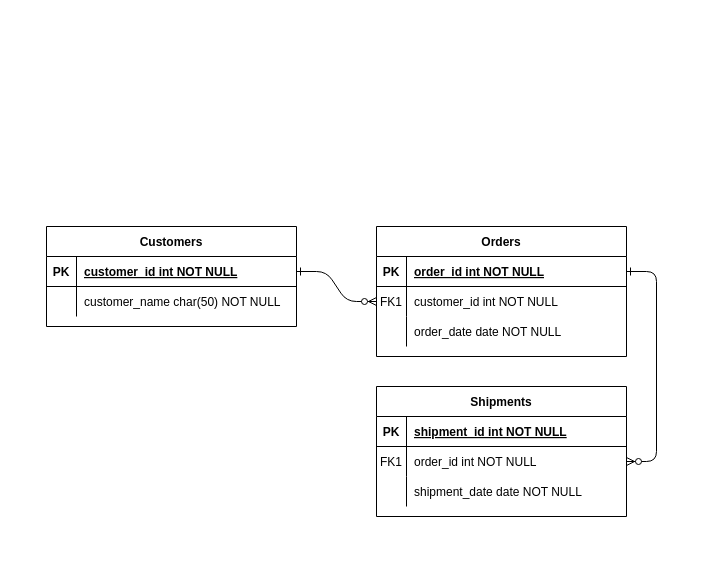
Above: SRS ERD.drawio in ck8west/hello-world (draw.io), before the change. Source tidied: cells renumbered, new cells numbered last; positions are measured from the earlier drawing's top-left corner, leaving out a move shared by most shapes. Both pictures are drawn from the tidied source at 100%, with x=0, y=0 at pixel (46, 226).
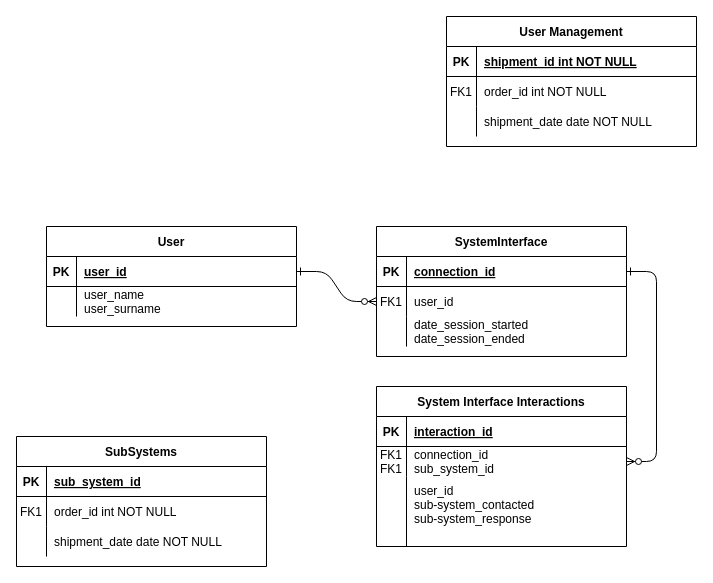
Above is the later version.

The change refers to these unchanged cells:
```xml
<mxCell id="5" style="shape=partialRectangle;fillColor=none;points=[[0,0.5],[1,0.5]];portConstraint=eastwest;top=0;left=0;right=0;bottom=1;" parent="4" vertex="1">
  <mxGeometry y="30" width="250" height="30" as="geometry" />
</mxCell>
<mxCell id="8" style="shape=partialRectangle;fillColor=none;points=[[0,0.5],[1,0.5]];portConstraint=eastwest;top=0;left=0;right=0;bottom=0;" parent="4" vertex="1">
  <mxGeometry y="60" width="250" height="30" as="geometry" />
</mxCell>
<mxCell id="11" style="shape=partialRectangle;fillColor=none;top=0;left=0;right=0;bottom=0;" parent="4" vertex="1">
  <mxGeometry y="90" width="250" height="30" as="geometry" />
</mxCell>
<mxCell id="15" style="shape=partialRectangle;fillColor=none;top=0;left=0;right=0;bottom=1;" parent="14" vertex="1">
  <mxGeometry y="30" width="250" height="30" as="geometry" />
</mxCell>
<mxCell id="18" style="shape=partialRectangle;fillColor=none;points=[[0,0.5],[1,0.5]];portConstraint=eastwest;top=0;left=0;right=0;bottom=0;" parent="14" vertex="1">
  <mxGeometry y="60" width="250" height="30" as="geometry" />
</mxCell>
<mxCell id="25" style="shape=partialRectangle;fillColor=none;points=[[0,0.5],[1,0.5]];portConstraint=eastwest;top=0;left=0;right=0;bottom=1;" parent="24" vertex="1">
  <mxGeometry y="30" width="250" height="30" as="geometry" />
</mxCell>
<mxCell id="28" style="shape=partialRectangle;fillColor=none;top=0;left=0;right=0;bottom=0;" parent="24" vertex="1">
  <mxGeometry y="60" width="250" height="30" as="geometry" />
</mxCell>
```

The edit, as a diff of the source:
```diff
@@
-    <mxCell id="4" value="Orders" style="shape=table;startSize=30;childLayout=tableLayout;rowLines=0;fontStyle=1;align=center;" parent="1" vertex="1">
+    <mxCell id="4" value="SystemInterface" style="shape=table;startSize=30;childLayout=tableLayout;rowLines=0;fontStyle=1;align=center;" parent="1" vertex="1">
       <mxGeometry x="330" width="250" height="130" as="geometry" />
     </mxCell>
@@
-    <mxCell id="7" value="order_id int NOT NULL " style="shape=partialRectangle;overflow=hidden;fillColor=none;top=0;left=0;bottom=0;right=0;align=left;spacingLeft=6;fontStyle=5;" parent="5" vertex="1">
+    <mxCell id="7" value="connection_id" style="shape=partialRectangle;overflow=hidden;fillColor=none;top=0;left=0;bottom=0;right=0;align=left;spacingLeft=6;fontStyle=5;" parent="5" vertex="1">
       <mxGeometry x="30" width="220" height="30" as="geometry" />
     </mxCell>
@@
-    <mxCell id="10" value="customer_id int NOT NULL" style="shape=partialRectangle;overflow=hidden;fillColor=none;top=0;left=0;bottom=0;right=0;align=left;spacingLeft=6;" parent="8" vertex="1">
+    <mxCell id="10" value="user_id" style="shape=partialRectangle;overflow=hidden;fillColor=none;top=0;left=0;bottom=0;right=0;align=left;spacingLeft=6;" parent="8" vertex="1">
       <mxGeometry x="30" width="220" height="30" as="geometry" />
     </mxCell>
@@
-    <mxCell id="13" value="order_date date NOT NULL" style="shape=partialRectangle;overflow=hidden;fillColor=none;top=0;left=0;bottom=0;right=0;align=left;spacingLeft=6;" parent="11" vertex="1">
+    <mxCell id="13" value="date_session_started&#10;date_session_ended&#10;" style="shape=partialRectangle;overflow=hidden;fillColor=none;top=0;left=0;bottom=0;right=0;align=left;spacingLeft=6;" parent="11" vertex="1">
       <mxGeometry x="30" width="220" height="30" as="geometry" />
     </mxCell>
-    <mxCell id="14" value="Shipments" style="shape=table;startSize=30;childLayout=tableLayout;rowLines=0;fontStyle=1;align=center;" parent="1" vertex="1">
-      <mxGeometry x="330" y="160" width="250" height="130" as="geometry" />
+    <mxCell id="14" value="System Interface Interactions" style="shape=table;startSize=30;childLayout=tableLayout;rowLines=0;fontStyle=1;align=center;" parent="1" vertex="1">
+      <mxGeometry x="330" y="160" width="250" height="160" as="geometry" />
     </mxCell>
@@
-    <mxCell id="17" value="shipment_id int NOT NULL " style="shape=partialRectangle;overflow=hidden;fillColor=none;top=0;left=0;bottom=0;right=0;align=left;spacingLeft=6;fontStyle=5;" parent="15" vertex="1">
+    <mxCell id="17" value="interaction_id" style="shape=partialRectangle;overflow=hidden;fillColor=none;top=0;left=0;bottom=0;right=0;align=left;spacingLeft=6;fontStyle=5;" parent="15" vertex="1">
       <mxGeometry x="30" width="220" height="30" as="geometry" />
     </mxCell>
@@
-    <mxCell id="19" value="FK1" style="shape=partialRectangle;overflow=hidden;fillColor=none;top=0;left=0;bottom=0;right=0;" parent="18" vertex="1">
+    <mxCell id="19" value="FK1&#10;FK1" style="shape=partialRectangle;overflow=hidden;fillColor=none;top=0;left=0;bottom=0;right=0;" parent="18" vertex="1">
       <mxGeometry width="30" height="30" as="geometry" />
     </mxCell>
-    <mxCell id="20" value="order_id int NOT NULL" style="shape=partialRectangle;overflow=hidden;fillColor=none;top=0;left=0;bottom=0;right=0;align=left;spacingLeft=6;" parent="18" vertex="1">
+    <mxCell id="20" value="connection_id&#10;sub_system_id" style="shape=partialRectangle;overflow=hidden;fillColor=none;top=0;left=0;bottom=0;right=0;align=left;spacingLeft=6;" parent="18" vertex="1">
       <mxGeometry x="30" width="220" height="30" as="geometry" />
     </mxCell>
     <mxCell id="21" style="shape=partialRectangle;fillColor=none;top=0;left=0;right=0;bottom=0;" parent="14" vertex="1">
-      <mxGeometry y="90" width="250" height="30" as="geometry" />
+      <mxGeometry y="90" width="250" height="70" as="geometry" />
     </mxCell>
     <mxCell id="22" style="shape=partialRectangle;overflow=hidden;fillColor=none;top=0;left=0;bottom=0;right=0;" parent="21" vertex="1">
-      <mxGeometry width="30" height="30" as="geometry" />
+      <mxGeometry width="30" height="70" as="geometry" />
     </mxCell>
-    <mxCell id="23" value="shipment_date date NOT NULL" style="shape=partialRectangle;overflow=hidden;fillColor=none;top=0;left=0;bottom=0;right=0;align=left;spacingLeft=6;" parent="21" vertex="1">
-      <mxGeometry x="30" width="220" height="30" as="geometry" />
+    <mxCell id="23" value="user_id&#10;sub-system_contacted&#10;sub-system_response&#10;" style="shape=partialRectangle;overflow=hidden;fillColor=none;top=0;left=0;bottom=0;right=0;align=left;spacingLeft=6;" parent="21" vertex="1">
+      <mxGeometry x="30" width="220" height="70" as="geometry" />
     </mxCell>
-    <mxCell id="24" value="Customers" style="shape=table;startSize=30;childLayout=tableLayout;rowLines=0;fontStyle=1;align=center;" parent="1" vertex="1">
+    <mxCell id="24" value="User" style="shape=table;startSize=30;childLayout=tableLayout;rowLines=0;fontStyle=1;align=center;" parent="1" vertex="1">
       <mxGeometry width="250" height="100" as="geometry" />
     </mxCell>
@@
-    <mxCell id="27" value="customer_id int NOT NULL " style="shape=partialRectangle;overflow=hidden;fillColor=none;top=0;left=0;bottom=0;right=0;align=left;spacingLeft=6;fontStyle=5;" parent="25" vertex="1">
+    <mxCell id="27" value="user_id" style="shape=partialRectangle;overflow=hidden;fillColor=none;top=0;left=0;bottom=0;right=0;align=left;spacingLeft=6;fontStyle=5;" parent="25" vertex="1">
       <mxGeometry x="30" width="220" height="30" as="geometry" />
     </mxCell>
@@
-    <mxCell id="30" value="customer_name char(50) NOT NULL" style="shape=partialRectangle;overflow=hidden;fillColor=none;top=0;left=0;bottom=0;right=0;align=left;spacingLeft=6;" parent="28" vertex="1">
+    <mxCell id="30" value="user_name&#10;user_surname" style="shape=partialRectangle;overflow=hidden;fillColor=none;top=0;left=0;bottom=0;right=0;align=left;spacingLeft=6;" parent="28" vertex="1">
       <mxGeometry x="30" width="220" height="30" as="geometry" />
     </mxCell>
+    <mxCell id="31" value="User Management" style="shape=table;startSize=30;childLayout=tableLayout;rowLines=0;fontStyle=1;align=center;" parent="1" vertex="1">
+      <mxGeometry x="400" y="-210" width="250" height="130" as="geometry" />
+    </mxCell>
+    <mxCell id="32" style="shape=partialRectangle;fillColor=none;top=0;left=0;right=0;bottom=1;" parent="31" vertex="1">
+      <mxGeometry y="30" width="250" height="30" as="geometry" />
+    </mxCell>
+    <mxCell id="33" value="PK" style="shape=partialRectangle;overflow=hidden;fillColor=none;top=0;left=0;bottom=0;right=0;fontStyle=1;" parent="32" vertex="1">
+      <mxGeometry width="30" height="30" as="geometry" />
+    </mxCell>
+    <mxCell id="34" value="shipment_id int NOT NULL " style="shape=partialRectangle;overflow=hidden;fillColor=none;top=0;left=0;bottom=0;right=0;align=left;spacingLeft=6;fontStyle=5;" parent="32" vertex="1">
+      <mxGeometry x="30" width="220" height="30" as="geometry" />
+    </mxCell>
+    <mxCell id="35" style="shape=partialRectangle;fillColor=none;top=0;left=0;right=0;bottom=0;" parent="31" vertex="1">
+      <mxGeometry y="60" width="250" height="30" as="geometry" />
+    </mxCell>
+    <mxCell id="36" value="FK1" style="shape=partialRectangle;overflow=hidden;fillColor=none;top=0;left=0;bottom=0;right=0;" parent="35" vertex="1">
+      <mxGeometry width="30" height="30" as="geometry" />
+    </mxCell>
+    <mxCell id="37" value="order_id int NOT NULL" style="shape=partialRectangle;overflow=hidden;fillColor=none;top=0;left=0;bottom=0;right=0;align=left;spacingLeft=6;" parent="35" vertex="1">
+      <mxGeometry x="30" width="220" height="30" as="geometry" />
+    </mxCell>
+    <mxCell id="38" style="shape=partialRectangle;fillColor=none;top=0;left=0;right=0;bottom=0;" parent="31" vertex="1">
+      <mxGeometry y="90" width="250" height="30" as="geometry" />
+    </mxCell>
+    <mxCell id="39" style="shape=partialRectangle;overflow=hidden;fillColor=none;top=0;left=0;bottom=0;right=0;" parent="38" vertex="1">
+      <mxGeometry width="30" height="30" as="geometry" />
+    </mxCell>
+    <mxCell id="40" value="shipment_date date NOT NULL" style="shape=partialRectangle;overflow=hidden;fillColor=none;top=0;left=0;bottom=0;right=0;align=left;spacingLeft=6;" parent="38" vertex="1">
+      <mxGeometry x="30" width="220" height="30" as="geometry" />
+    </mxCell>
+    <mxCell id="41" value="SubSystems" style="shape=table;startSize=30;childLayout=tableLayout;rowLines=0;fontStyle=1;align=center;" parent="1" vertex="1">
+      <mxGeometry x="-30" y="210" width="250" height="130" as="geometry" />
+    </mxCell>
+    <mxCell id="42" style="shape=partialRectangle;fillColor=none;top=0;left=0;right=0;bottom=1;" parent="41" vertex="1">
+      <mxGeometry y="30" width="250" height="30" as="geometry" />
+    </mxCell>
+    <mxCell id="43" value="PK" style="shape=partialRectangle;overflow=hidden;fillColor=none;top=0;left=0;bottom=0;right=0;fontStyle=1;" parent="42" vertex="1">
+      <mxGeometry width="30" height="30" as="geometry" />
+    </mxCell>
+    <mxCell id="44" value="sub_system_id" style="shape=partialRectangle;overflow=hidden;fillColor=none;top=0;left=0;bottom=0;right=0;align=left;spacingLeft=6;fontStyle=5;" parent="42" vertex="1">
+      <mxGeometry x="30" width="220" height="30" as="geometry" />
+    </mxCell>
+    <mxCell id="45" style="shape=partialRectangle;fillColor=none;top=0;left=0;right=0;bottom=0;" parent="41" vertex="1">
+      <mxGeometry y="60" width="250" height="30" as="geometry" />
+    </mxCell>
+    <mxCell id="46" value="FK1" style="shape=partialRectangle;overflow=hidden;fillColor=none;top=0;left=0;bottom=0;right=0;" parent="45" vertex="1">
+      <mxGeometry width="30" height="30" as="geometry" />
+    </mxCell>
+    <mxCell id="47" value="order_id int NOT NULL" style="shape=partialRectangle;overflow=hidden;fillColor=none;top=0;left=0;bottom=0;right=0;align=left;spacingLeft=6;" parent="45" vertex="1">
+      <mxGeometry x="30" width="220" height="30" as="geometry" />
+    </mxCell>
+    <mxCell id="48" style="shape=partialRectangle;fillColor=none;top=0;left=0;right=0;bottom=0;" parent="41" vertex="1">
+      <mxGeometry y="90" width="250" height="30" as="geometry" />
+    </mxCell>
+    <mxCell id="49" style="shape=partialRectangle;overflow=hidden;fillColor=none;top=0;left=0;bottom=0;right=0;" parent="48" vertex="1">
+      <mxGeometry width="30" height="30" as="geometry" />
+    </mxCell>
+    <mxCell id="50" value="shipment_date date NOT NULL" style="shape=partialRectangle;overflow=hidden;fillColor=none;top=0;left=0;bottom=0;right=0;align=left;spacingLeft=6;" parent="48" vertex="1">
+      <mxGeometry x="30" width="220" height="30" as="geometry" />
+    </mxCell>
```
